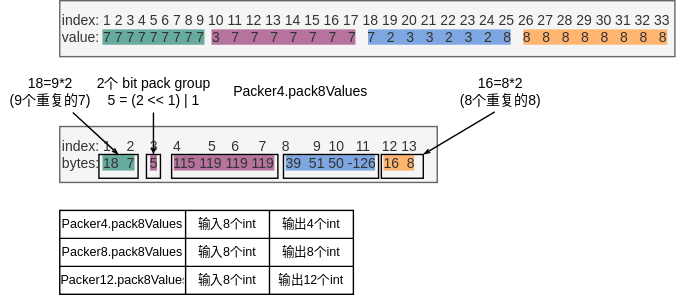
Earlier version of the draw.io export docs/parquet/parquet-writer/parquet-runlenbitpack.svg (wbo4958/wbo4958.github.io). Source tidied: cells renumbered, new cells last; positions are measured from the earlier drawing's top-left corner, leaving out a move shared by most shapes. Source of this version:
```xml
<mxGraphModel>
  <root>
    <mxCell id="0" />
    <mxCell id="1" parent="0" />
    <mxCell id="2" value="&lt;font style=&quot;font-size: 10px&quot;&gt;&lt;font style=&quot;font-size: 10px&quot;&gt;index: 1 2 3 4 5 6 7 8 9 10 11 12 13 14 15 16 17 18 19 20 21 22 23 24 25 26 27 28 29 30 31 32 33&lt;/font&gt;&lt;br&gt;&lt;/font&gt;value: &lt;span style=&quot;background-color: rgb(103 , 171 , 159)&quot;&gt;7 7 7 7 7 7 7 7 7&lt;/span&gt;&amp;nbsp; &lt;span style=&quot;background-color: rgb(181 , 115 , 157)&quot;&gt;3&amp;nbsp; &amp;nbsp;7&amp;nbsp; &amp;nbsp;7&amp;nbsp; &amp;nbsp;7&amp;nbsp; &amp;nbsp;7&amp;nbsp; &amp;nbsp;7&amp;nbsp; &amp;nbsp;7&amp;nbsp; &amp;nbsp;7&lt;/span&gt;&amp;nbsp; &amp;nbsp;&lt;span style=&quot;background-color: rgb(126 , 166 , 224)&quot;&gt;7&amp;nbsp; &amp;nbsp;2&amp;nbsp; &amp;nbsp;3&amp;nbsp; &amp;nbsp;3&amp;nbsp; &amp;nbsp;2&amp;nbsp; &amp;nbsp;3&amp;nbsp; &amp;nbsp;2&amp;nbsp; &amp;nbsp;8&lt;/span&gt;&amp;nbsp; &amp;nbsp;&lt;span style=&quot;background-color: rgb(255 , 181 , 112)&quot;&gt;8&amp;nbsp; &amp;nbsp;8&amp;nbsp; &amp;nbsp;8&amp;nbsp; &amp;nbsp;8&amp;nbsp; &amp;nbsp;8&amp;nbsp; &amp;nbsp;8&amp;nbsp; &amp;nbsp;8&amp;nbsp; &amp;nbsp;8&lt;/span&gt;" style="text;html=1;strokeColor=#666666;fillColor=#f5f5f5;align=left;verticalAlign=middle;whiteSpace=wrap;rounded=0;fontSize=10;fontColor=#333333;" parent="1" vertex="1">
      <mxGeometry x="42" width="440" height="40" as="geometry" />
    </mxCell>
    <mxCell id="3" value="&lt;font style=&quot;font-size: 10px&quot;&gt;&lt;font style=&quot;font-size: 10px&quot;&gt;index: 1&amp;nbsp; &amp;nbsp; 2&amp;nbsp; &amp;nbsp; 3&amp;nbsp; &amp;nbsp; 4&amp;nbsp; &amp;nbsp; &amp;nbsp; &amp;nbsp;5&amp;nbsp; &amp;nbsp; 6&amp;nbsp; &amp;nbsp; &amp;nbsp;7&amp;nbsp; &amp;nbsp; 8&amp;nbsp; &amp;nbsp; &amp;nbsp; 9&amp;nbsp; 10&amp;nbsp; &amp;nbsp;11&amp;nbsp; &amp;nbsp;12 13&amp;nbsp;&lt;/font&gt;&lt;br&gt;&lt;/font&gt;bytes: &lt;span style=&quot;background-color: rgb(103 , 171 , 159)&quot;&gt;18&amp;nbsp; 7&lt;/span&gt;&amp;nbsp; &amp;nbsp;&amp;nbsp;&lt;span style=&quot;background-color: rgb(181 , 115 , 157)&quot;&gt;5&lt;/span&gt;&amp;nbsp; &amp;nbsp;&amp;nbsp;&lt;span style=&quot;background-color: rgb(181 , 115 , 157)&quot;&gt;115 119 119 119&lt;/span&gt;&amp;nbsp; &amp;nbsp;&lt;span style=&quot;background-color: rgb(126 , 166 , 224)&quot;&gt;39&amp;nbsp; 51 50 -126&lt;/span&gt;&amp;nbsp;&amp;nbsp;&lt;span style=&quot;background-color: rgb(255 , 181 , 112)&quot;&gt;16&amp;nbsp; 8&lt;/span&gt;" style="text;html=1;strokeColor=#666666;fillColor=#f5f5f5;align=left;verticalAlign=middle;whiteSpace=wrap;rounded=0;fontSize=10;fontColor=#333333;" parent="1" vertex="1">
      <mxGeometry x="42" y="90" width="270" height="40" as="geometry" />
    </mxCell>
    <mxCell id="4" value="18=9*2 &lt;br&gt;(9个重复的7)&lt;br&gt;" style="text;html=1;align=center;verticalAlign=middle;points=[];fontSize=10;" parent="1" vertex="1">
      <mxGeometry y="50" width="70" height="30" as="geometry" />
    </mxCell>
    <mxCell id="5" style="rounded=0;whiteSpace=wrap;html=1;fontSize=10;align=left;fillColor=none;" parent="1" vertex="1">
      <mxGeometry x="104" y="110" width="10" height="17" as="geometry" />
    </mxCell>
    <mxCell id="6" style="rounded=0;whiteSpace=wrap;html=1;fontSize=10;align=left;fillColor=none;" parent="1" vertex="1">
      <mxGeometry x="70" y="110" width="28" height="17" as="geometry" />
    </mxCell>
    <mxCell id="7" style="endArrow=openThin;html=1;fontSize=10;entryX=0.5;entryY=0;entryDx=0;entryDy=0;endFill=0;endSize=3;" parent="1" edge="1" source="4" target="6">
      <mxGeometry relative="1" as="geometry" />
    </mxCell>
    <mxCell id="8" value="2个 bit pack group&lt;br style=&quot;font-size: 10px;&quot;&gt;5 = (2 &amp;lt;&amp;lt; 1) | 1" style="text;html=1;align=center;verticalAlign=middle;points=[];fontSize=10;" parent="1" vertex="1">
      <mxGeometry x="59" y="50" width="100" height="30" as="geometry" />
    </mxCell>
    <mxCell id="9" style="endArrow=openThin;html=1;fontSize=10;entryX=0.5;entryY=0;entryDx=0;entryDy=0;endFill=0;endSize=3;" parent="1" edge="1" source="8" target="5">
      <mxGeometry relative="1" as="geometry" />
    </mxCell>
    <mxCell id="10" style="shape=table;html=1;whiteSpace=wrap;startSize=0;fillColor=none;fontSize=9;align=left;" parent="1" vertex="1">
      <mxGeometry x="42" y="150" width="210" height="60" as="geometry" />
    </mxCell>
    <mxCell id="11" style="shape=partialRectangle;html=1;whiteSpace=wrap;fillColor=none;top=0;left=0;bottom=0;right=0;fontSize=9;" parent="10" vertex="1">
      <mxGeometry width="210" height="20" as="geometry" />
    </mxCell>
    <mxCell id="12" value="&lt;font style=&quot;font-size: 9px;&quot;&gt;Packer4.pack8Values&lt;/font&gt;" style="shape=partialRectangle;html=1;whiteSpace=wrap;fillColor=none;top=0;left=0;bottom=0;right=0;overflow=hidden;fontSize=9;" parent="11" vertex="1">
      <mxGeometry width="90" height="20" as="geometry" />
    </mxCell>
    <mxCell id="13" value="&lt;font style=&quot;font-size: 9px;&quot;&gt;输入8个int&lt;/font&gt;" style="shape=partialRectangle;html=1;whiteSpace=wrap;fillColor=none;top=0;left=0;bottom=0;right=0;overflow=hidden;fontSize=9;" parent="11" vertex="1">
      <mxGeometry x="90" width="60" height="20" as="geometry" />
    </mxCell>
    <mxCell id="14" value="&lt;span style=&quot;font-size: 9px;&quot;&gt;&lt;font style=&quot;font-size: 9px;&quot;&gt;输出4个int&lt;/font&gt;&lt;/span&gt;" style="shape=partialRectangle;html=1;whiteSpace=wrap;fillColor=none;top=0;left=0;bottom=0;right=0;overflow=hidden;fontSize=9;" parent="11" vertex="1">
      <mxGeometry x="150" width="60" height="20" as="geometry" />
    </mxCell>
    <mxCell id="15" style="shape=partialRectangle;html=1;whiteSpace=wrap;fillColor=none;top=0;left=0;bottom=0;right=0;fontSize=9;" parent="10" vertex="1">
      <mxGeometry y="20" width="210" height="20" as="geometry" />
    </mxCell>
    <mxCell id="16" value="&lt;span style=&quot;font-size: 9px;&quot;&gt;&lt;font style=&quot;font-size: 9px;&quot;&gt;Packer8.pack8Values&lt;/font&gt;&lt;/span&gt;" style="shape=partialRectangle;html=1;whiteSpace=wrap;fillColor=none;top=0;left=0;bottom=0;right=0;overflow=hidden;fontSize=9;" parent="15" vertex="1">
      <mxGeometry width="90" height="20" as="geometry" />
    </mxCell>
    <mxCell id="17" value="&lt;span style=&quot;font-size: 9px;&quot;&gt;&lt;font style=&quot;font-size: 9px;&quot;&gt;输入8个int&lt;/font&gt;&lt;/span&gt;" style="shape=partialRectangle;html=1;whiteSpace=wrap;fillColor=none;top=0;left=0;bottom=0;right=0;overflow=hidden;fontSize=9;" parent="15" vertex="1">
      <mxGeometry x="90" width="60" height="20" as="geometry" />
    </mxCell>
    <mxCell id="18" value="&lt;span style=&quot;font-size: 9px;&quot;&gt;输出8个int&lt;/span&gt;" style="shape=partialRectangle;html=1;whiteSpace=wrap;fillColor=none;top=0;left=0;bottom=0;right=0;overflow=hidden;fontSize=9;" parent="15" vertex="1">
      <mxGeometry x="150" width="60" height="20" as="geometry" />
    </mxCell>
    <mxCell id="19" style="shape=partialRectangle;html=1;whiteSpace=wrap;fillColor=none;top=0;left=0;bottom=0;right=0;fontSize=9;" parent="10" vertex="1">
      <mxGeometry y="40" width="210" height="20" as="geometry" />
    </mxCell>
    <mxCell id="20" value="&lt;span style=&quot;font-size: 9px;&quot;&gt;&lt;font style=&quot;font-size: 9px;&quot;&gt;Packer12.pack8Values&lt;/font&gt;&lt;/span&gt;" style="shape=partialRectangle;html=1;whiteSpace=wrap;fillColor=none;top=0;left=0;bottom=0;right=0;overflow=hidden;fontSize=9;" parent="19" vertex="1">
      <mxGeometry width="90" height="20" as="geometry" />
    </mxCell>
    <mxCell id="21" value="&lt;span style=&quot;font-size: 9px;&quot;&gt;&lt;font style=&quot;font-size: 9px;&quot;&gt;输入8个int&lt;/font&gt;&lt;/span&gt;" style="shape=partialRectangle;html=1;whiteSpace=wrap;fillColor=none;top=0;left=0;bottom=0;right=0;overflow=hidden;fontSize=9;" parent="19" vertex="1">
      <mxGeometry x="90" width="60" height="20" as="geometry" />
    </mxCell>
    <mxCell id="22" value="&lt;span style=&quot;font-size: 9px;&quot;&gt;输出12个int&lt;/span&gt;" style="shape=partialRectangle;html=1;whiteSpace=wrap;fillColor=none;top=0;left=0;bottom=0;right=0;overflow=hidden;fontSize=9;" parent="19" vertex="1">
      <mxGeometry x="150" width="60" height="20" as="geometry" />
    </mxCell>
    <mxCell id="23" style="rounded=0;whiteSpace=wrap;html=1;fontSize=10;align=left;fillColor=none;" parent="1" vertex="1">
      <mxGeometry x="122" y="110" width="76" height="17" as="geometry" />
    </mxCell>
    <mxCell id="24" style="rounded=0;whiteSpace=wrap;html=1;fontSize=10;align=left;fillColor=none;" parent="1" vertex="1">
      <mxGeometry x="202" y="110" width="68" height="17" as="geometry" />
    </mxCell>
    <mxCell id="25" style="rounded=0;whiteSpace=wrap;html=1;fontSize=10;align=left;fillColor=none;" parent="1" vertex="1">
      <mxGeometry x="272" y="110" width="30" height="17" as="geometry" />
    </mxCell>
    <mxCell id="26" value="Packer4.pack8Values" style="text;html=1;align=center;verticalAlign=middle;fontSize=10;" parent="1" vertex="1">
      <mxGeometry x="159" y="55" width="110" height="20" as="geometry" />
    </mxCell>
    <mxCell id="27" value="16=8*2 &lt;br&gt;(8个重复的8)" style="text;html=1;align=center;verticalAlign=middle;points=[];fontSize=10;" parent="1" vertex="1">
      <mxGeometry x="322" y="50" width="70" height="30" as="geometry" />
    </mxCell>
    <mxCell id="28" style="endArrow=openThin;html=1;fontSize=10;entryX=1;entryY=0;entryDx=0;entryDy=0;endFill=0;endSize=3;exitX=0.445;exitY=0.983;exitDx=0;exitDy=0;exitPerimeter=0;" parent="1" edge="1" source="27" target="25">
      <mxGeometry relative="1" as="geometry" />
    </mxCell>
  </root>
</mxGraphModel>
```
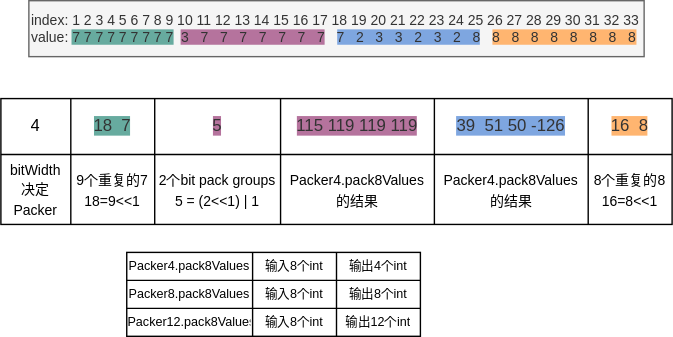
The same diagram one commit later.

Diff of the diagram source:
```diff
@@ -3,31 +3,10 @@
     <mxCell id="0" />
     <mxCell id="1" parent="0" />
     <mxCell id="2" value="&lt;font style=&quot;font-size: 10px&quot;&gt;&lt;font style=&quot;font-size: 10px&quot;&gt;index: 1 2 3 4 5 6 7 8 9 10 11 12 13 14 15 16 17 18 19 20 21 22 23 24 25 26 27 28 29 30 31 32 33&lt;/font&gt;&lt;br&gt;&lt;/font&gt;value: &lt;span style=&quot;background-color: rgb(103 , 171 , 159)&quot;&gt;7 7 7 7 7 7 7 7 7&lt;/span&gt;&amp;nbsp; &lt;span style=&quot;background-color: rgb(181 , 115 , 157)&quot;&gt;3&amp;nbsp; &amp;nbsp;7&amp;nbsp; &amp;nbsp;7&amp;nbsp; &amp;nbsp;7&amp;nbsp; &amp;nbsp;7&amp;nbsp; &amp;nbsp;7&amp;nbsp; &amp;nbsp;7&amp;nbsp; &amp;nbsp;7&lt;/span&gt;&amp;nbsp; &amp;nbsp;&lt;span style=&quot;background-color: rgb(126 , 166 , 224)&quot;&gt;7&amp;nbsp; &amp;nbsp;2&amp;nbsp; &amp;nbsp;3&amp;nbsp; &amp;nbsp;3&amp;nbsp; &amp;nbsp;2&amp;nbsp; &amp;nbsp;3&amp;nbsp; &amp;nbsp;2&amp;nbsp; &amp;nbsp;8&lt;/span&gt;&amp;nbsp; &amp;nbsp;&lt;span style=&quot;background-color: rgb(255 , 181 , 112)&quot;&gt;8&amp;nbsp; &amp;nbsp;8&amp;nbsp; &amp;nbsp;8&amp;nbsp; &amp;nbsp;8&amp;nbsp; &amp;nbsp;8&amp;nbsp; &amp;nbsp;8&amp;nbsp; &amp;nbsp;8&amp;nbsp; &amp;nbsp;8&lt;/span&gt;" style="text;html=1;strokeColor=#666666;fillColor=#f5f5f5;align=left;verticalAlign=middle;whiteSpace=wrap;rounded=0;fontSize=10;fontColor=#333333;" parent="1" vertex="1">
-      <mxGeometry x="42" width="440" height="40" as="geometry" />
+      <mxGeometry x="62" y="10" width="440" height="40" as="geometry" />
     </mxCell>
-    <mxCell id="3" value="&lt;font style=&quot;font-size: 10px&quot;&gt;&lt;font style=&quot;font-size: 10px&quot;&gt;index: 1&amp;nbsp; &amp;nbsp; 2&amp;nbsp; &amp;nbsp; 3&amp;nbsp; &amp;nbsp; 4&amp;nbsp; &amp;nbsp; &amp;nbsp; &amp;nbsp;5&amp;nbsp; &amp;nbsp; 6&amp;nbsp; &amp;nbsp; &amp;nbsp;7&amp;nbsp; &amp;nbsp; 8&amp;nbsp; &amp;nbsp; &amp;nbsp; 9&amp;nbsp; 10&amp;nbsp; &amp;nbsp;11&amp;nbsp; &amp;nbsp;12 13&amp;nbsp;&lt;/font&gt;&lt;br&gt;&lt;/font&gt;bytes: &lt;span style=&quot;background-color: rgb(103 , 171 , 159)&quot;&gt;18&amp;nbsp; 7&lt;/span&gt;&amp;nbsp; &amp;nbsp;&amp;nbsp;&lt;span style=&quot;background-color: rgb(181 , 115 , 157)&quot;&gt;5&lt;/span&gt;&amp;nbsp; &amp;nbsp;&amp;nbsp;&lt;span style=&quot;background-color: rgb(181 , 115 , 157)&quot;&gt;115 119 119 119&lt;/span&gt;&amp;nbsp; &amp;nbsp;&lt;span style=&quot;background-color: rgb(126 , 166 , 224)&quot;&gt;39&amp;nbsp; 51 50 -126&lt;/span&gt;&amp;nbsp;&amp;nbsp;&lt;span style=&quot;background-color: rgb(255 , 181 , 112)&quot;&gt;16&amp;nbsp; 8&lt;/span&gt;" style="text;html=1;strokeColor=#666666;fillColor=#f5f5f5;align=left;verticalAlign=middle;whiteSpace=wrap;rounded=0;fontSize=10;fontColor=#333333;" parent="1" vertex="1">
-      <mxGeometry x="42" y="90" width="270" height="40" as="geometry" />
-    </mxCell>
-    <mxCell id="4" value="18=9*2 &lt;br&gt;(9个重复的7)&lt;br&gt;" style="text;html=1;align=center;verticalAlign=middle;points=[];fontSize=10;" parent="1" vertex="1">
-      <mxGeometry y="50" width="70" height="30" as="geometry" />
-    </mxCell>
-    <mxCell id="5" style="rounded=0;whiteSpace=wrap;html=1;fontSize=10;align=left;fillColor=none;" parent="1" vertex="1">
-      <mxGeometry x="104" y="110" width="10" height="17" as="geometry" />
-    </mxCell>
-    <mxCell id="6" style="rounded=0;whiteSpace=wrap;html=1;fontSize=10;align=left;fillColor=none;" parent="1" vertex="1">
-      <mxGeometry x="70" y="110" width="28" height="17" as="geometry" />
-    </mxCell>
-    <mxCell id="7" style="endArrow=openThin;html=1;fontSize=10;entryX=0.5;entryY=0;entryDx=0;entryDy=0;endFill=0;endSize=3;" parent="1" edge="1" source="4" target="6">
-      <mxGeometry relative="1" as="geometry" />
-    </mxCell>
-    <mxCell id="8" value="2个 bit pack group&lt;br style=&quot;font-size: 10px;&quot;&gt;5 = (2 &amp;lt;&amp;lt; 1) | 1" style="text;html=1;align=center;verticalAlign=middle;points=[];fontSize=10;" parent="1" vertex="1">
-      <mxGeometry x="59" y="50" width="100" height="30" as="geometry" />
-    </mxCell>
-    <mxCell id="9" style="endArrow=openThin;html=1;fontSize=10;entryX=0.5;entryY=0;entryDx=0;entryDy=0;endFill=0;endSize=3;" parent="1" edge="1" source="8" target="5">
-      <mxGeometry relative="1" as="geometry" />
-    </mxCell>
     <mxCell id="10" style="shape=table;html=1;whiteSpace=wrap;startSize=0;fillColor=none;fontSize=9;align=left;" parent="1" vertex="1">
-      <mxGeometry x="42" y="150" width="210" height="60" as="geometry" />
+      <mxGeometry x="132" y="190" width="210" height="60" as="geometry" />
     </mxCell>
     <mxCell id="11" style="shape=partialRectangle;html=1;whiteSpace=wrap;fillColor=none;top=0;left=0;bottom=0;right=0;fontSize=9;" parent="10" vertex="1">
       <mxGeometry width="210" height="20" as="geometry" />
@@ -65,23 +44,50 @@
     <mxCell id="22" value="&lt;span style=&quot;font-size: 9px;&quot;&gt;输出12个int&lt;/span&gt;" style="shape=partialRectangle;html=1;whiteSpace=wrap;fillColor=none;top=0;left=0;bottom=0;right=0;overflow=hidden;fontSize=9;" parent="19" vertex="1">
       <mxGeometry x="150" width="60" height="20" as="geometry" />
     </mxCell>
-    <mxCell id="23" style="rounded=0;whiteSpace=wrap;html=1;fontSize=10;align=left;fillColor=none;" parent="1" vertex="1">
-      <mxGeometry x="122" y="110" width="76" height="17" as="geometry" />
-    </mxCell>
-    <mxCell id="24" style="rounded=0;whiteSpace=wrap;html=1;fontSize=10;align=left;fillColor=none;" parent="1" vertex="1">
-      <mxGeometry x="202" y="110" width="68" height="17" as="geometry" />
-    </mxCell>
-    <mxCell id="25" style="rounded=0;whiteSpace=wrap;html=1;fontSize=10;align=left;fillColor=none;" parent="1" vertex="1">
-      <mxGeometry x="272" y="110" width="30" height="17" as="geometry" />
-    </mxCell>
-    <mxCell id="26" value="Packer4.pack8Values" style="text;html=1;align=center;verticalAlign=middle;fontSize=10;" parent="1" vertex="1">
-      <mxGeometry x="159" y="55" width="110" height="20" as="geometry" />
-    </mxCell>
-    <mxCell id="27" value="16=8*2 &lt;br&gt;(8个重复的8)" style="text;html=1;align=center;verticalAlign=middle;points=[];fontSize=10;" parent="1" vertex="1">
-      <mxGeometry x="322" y="50" width="70" height="30" as="geometry" />
-    </mxCell>
-    <mxCell id="28" style="endArrow=openThin;html=1;fontSize=10;entryX=1;entryY=0;entryDx=0;entryDy=0;endFill=0;endSize=3;exitX=0.445;exitY=0.983;exitDx=0;exitDy=0;exitPerimeter=0;" parent="1" edge="1" source="27" target="25">
-      <mxGeometry relative="1" as="geometry" />
-    </mxCell>
+    <mxCell id="29" style="shape=table;html=1;whiteSpace=wrap;startSize=0;align=left;fontSize=10;" parent="1" vertex="1">
+      <mxGeometry x="42" y="80" width="480" height="90" as="geometry" />
+    </mxCell>
+    <mxCell id="30" style="shape=partialRectangle;html=1;whiteSpace=wrap;fillColor=none;top=0;left=0;bottom=0;right=0;" parent="29" vertex="1">
+      <mxGeometry width="480" height="40" as="geometry" />
+    </mxCell>
+    <mxCell id="31" value="4" style="shape=partialRectangle;html=1;whiteSpace=wrap;fillColor=none;top=0;left=0;bottom=0;right=0;overflow=hidden;" parent="30" vertex="1">
+      <mxGeometry width="50" height="40" as="geometry" />
+    </mxCell>
+    <mxCell id="32" value="&lt;span style=&quot;color: rgb(51 , 51 , 51) ; text-align: left ; background-color: rgb(103 , 171 , 159)&quot;&gt;&lt;font style=&quot;font-size: 12px&quot;&gt;18&amp;nbsp; 7&lt;/font&gt;&lt;/span&gt;" style="shape=partialRectangle;html=1;whiteSpace=wrap;fillColor=none;top=0;left=0;bottom=0;right=0;overflow=hidden;" parent="30" vertex="1">
+      <mxGeometry x="50" width="60" height="40" as="geometry" />
+    </mxCell>
+    <mxCell id="33" value="&lt;span style=&quot;color: rgb(51 , 51 , 51) ; text-align: left ; background-color: rgb(181 , 115 , 157)&quot;&gt;&lt;font style=&quot;font-size: 12px&quot;&gt;5&lt;/font&gt;&lt;/span&gt;" style="shape=partialRectangle;html=1;whiteSpace=wrap;fillColor=none;top=0;left=0;bottom=0;right=0;overflow=hidden;" parent="30" vertex="1">
+      <mxGeometry x="110" width="90" height="40" as="geometry" />
+    </mxCell>
+    <mxCell id="34" value="&lt;span style=&quot;color: rgb(51 , 51 , 51) ; text-align: left ; background-color: rgb(181 , 115 , 157)&quot;&gt;&lt;font style=&quot;font-size: 12px&quot;&gt;115 119 119 119&lt;/font&gt;&lt;/span&gt;" style="shape=partialRectangle;html=1;whiteSpace=wrap;fillColor=none;top=0;left=0;bottom=0;right=0;overflow=hidden;" parent="30" vertex="1">
+      <mxGeometry x="200" width="110" height="40" as="geometry" />
+    </mxCell>
+    <mxCell id="35" value="&lt;span style=&quot;color: rgb(51 , 51 , 51) ; text-align: left ; background-color: rgb(126 , 166 , 224)&quot;&gt;&lt;font style=&quot;font-size: 12px&quot;&gt;39&amp;nbsp; 51 50 -126&lt;/font&gt;&lt;/span&gt;" style="shape=partialRectangle;html=1;whiteSpace=wrap;fillColor=none;top=0;left=0;bottom=0;right=0;overflow=hidden;" parent="30" vertex="1">
+      <mxGeometry x="310" width="110" height="40" as="geometry" />
+    </mxCell>
+    <mxCell id="36" value="&lt;span style=&quot;color: rgb(51 , 51 , 51) ; text-align: left ; background-color: rgb(255 , 181 , 112)&quot;&gt;&lt;font style=&quot;font-size: 12px&quot;&gt;16&amp;nbsp; 8&lt;/font&gt;&lt;/span&gt;" style="shape=partialRectangle;html=1;whiteSpace=wrap;fillColor=none;top=0;left=0;bottom=0;right=0;overflow=hidden;" parent="30" vertex="1">
+      <mxGeometry x="420" width="60" height="40" as="geometry" />
+    </mxCell>
+    <mxCell id="37" style="shape=partialRectangle;html=1;whiteSpace=wrap;fillColor=none;top=0;left=0;bottom=0;right=0;" parent="29" vertex="1">
+      <mxGeometry y="40" width="480" height="50" as="geometry" />
+    </mxCell>
+    <mxCell id="38" value="&lt;font style=&quot;font-size: 10px&quot;&gt;bitWidth&lt;br&gt;决定Packer&lt;/font&gt;" style="shape=partialRectangle;html=1;whiteSpace=wrap;fillColor=none;top=0;left=0;bottom=0;right=0;overflow=hidden;" parent="37" vertex="1">
+      <mxGeometry width="50" height="50" as="geometry" />
+    </mxCell>
+    <mxCell id="39" value="&lt;span style=&quot;font-size: 10px&quot;&gt;9个重复的7&lt;/span&gt;&lt;br style=&quot;font-size: 10px&quot;&gt;&lt;span style=&quot;font-size: 10px&quot;&gt;18=9&amp;lt;&amp;lt;1&lt;/span&gt;" style="shape=partialRectangle;html=1;whiteSpace=wrap;fillColor=none;top=0;left=0;bottom=0;right=0;overflow=hidden;" parent="37" vertex="1">
+      <mxGeometry x="50" width="60" height="50" as="geometry" />
+    </mxCell>
+    <mxCell id="40" value="&lt;font style=&quot;font-size: 10px&quot;&gt;2个bit pack groups&lt;br&gt;5 = (2&amp;lt;&amp;lt;1) | 1&lt;br&gt;&lt;/font&gt;" style="shape=partialRectangle;html=1;whiteSpace=wrap;fillColor=none;top=0;left=0;bottom=0;right=0;overflow=hidden;" parent="37" vertex="1">
+      <mxGeometry x="110" width="90" height="50" as="geometry" />
+    </mxCell>
+    <mxCell id="41" value="&lt;font style=&quot;font-size: 10px&quot;&gt;&lt;span&gt;Packer4.pack8Values&lt;/span&gt;&lt;br&gt;&lt;span&gt;的结果&lt;/span&gt;&lt;/font&gt;" style="shape=partialRectangle;html=1;whiteSpace=wrap;fillColor=none;top=0;left=0;bottom=0;right=0;overflow=hidden;" parent="37" vertex="1">
+      <mxGeometry x="200" width="110" height="50" as="geometry" />
+    </mxCell>
+    <mxCell id="42" value="&lt;font style=&quot;font-size: 10px&quot;&gt;Packer4.pack8Values&lt;br&gt;的结果&lt;/font&gt;" style="shape=partialRectangle;html=1;whiteSpace=wrap;fillColor=none;top=0;left=0;bottom=0;right=0;overflow=hidden;" parent="37" vertex="1">
+      <mxGeometry x="310" width="110" height="50" as="geometry" />
+    </mxCell>
+    <mxCell id="43" value="&lt;font style=&quot;font-size: 10px&quot;&gt;8个重复的8&lt;br&gt;16=8&amp;lt;&amp;lt;1&lt;/font&gt;" style="shape=partialRectangle;html=1;whiteSpace=wrap;fillColor=none;top=0;left=0;bottom=0;right=0;overflow=hidden;" parent="37" vertex="1">
+      <mxGeometry x="420" width="60" height="50" as="geometry" />
+    </mxCell>
   </root>
 </mxGraphModel>
```
